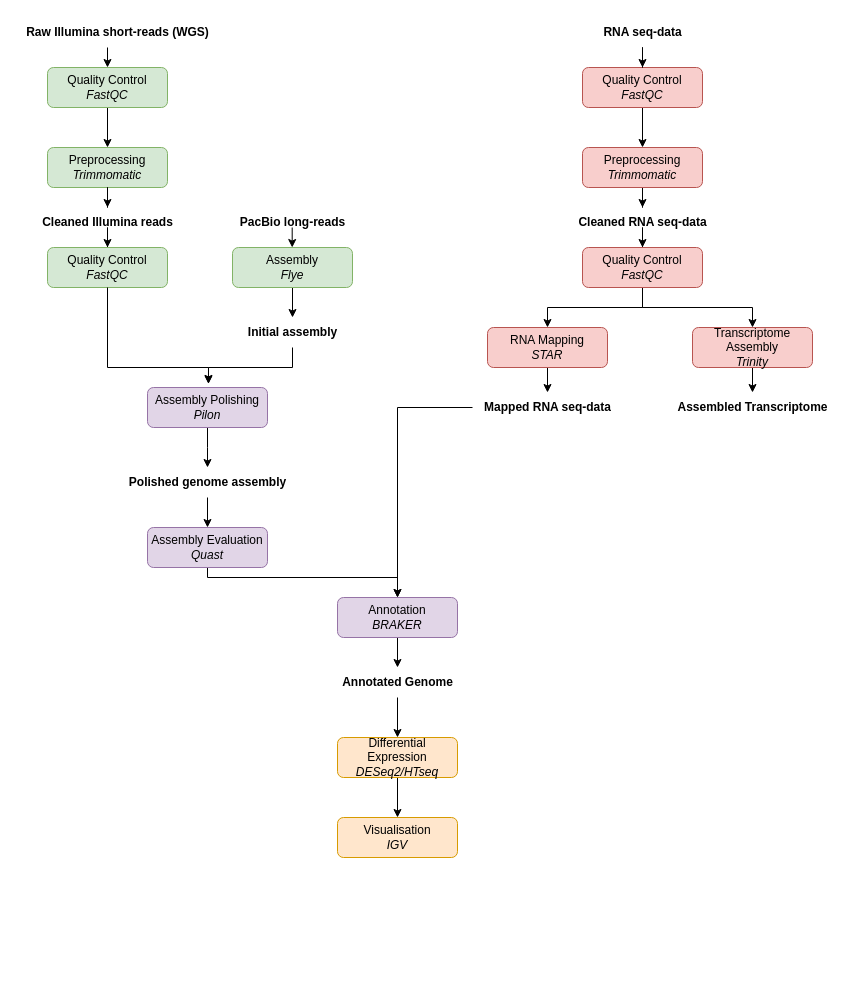
Above: Namnlöst diagram.drawio in ralfcat/Durian_fruit_genomeanalysis (draw.io), before the change. Source tidied: cells renumbered, new cells numbered last; positions are measured from the earlier drawing's top-left corner, leaving out a move shared by most shapes. Both pictures are drawn from the tidied source at 100%, with x=0, y=0 at pixel (17, 17).
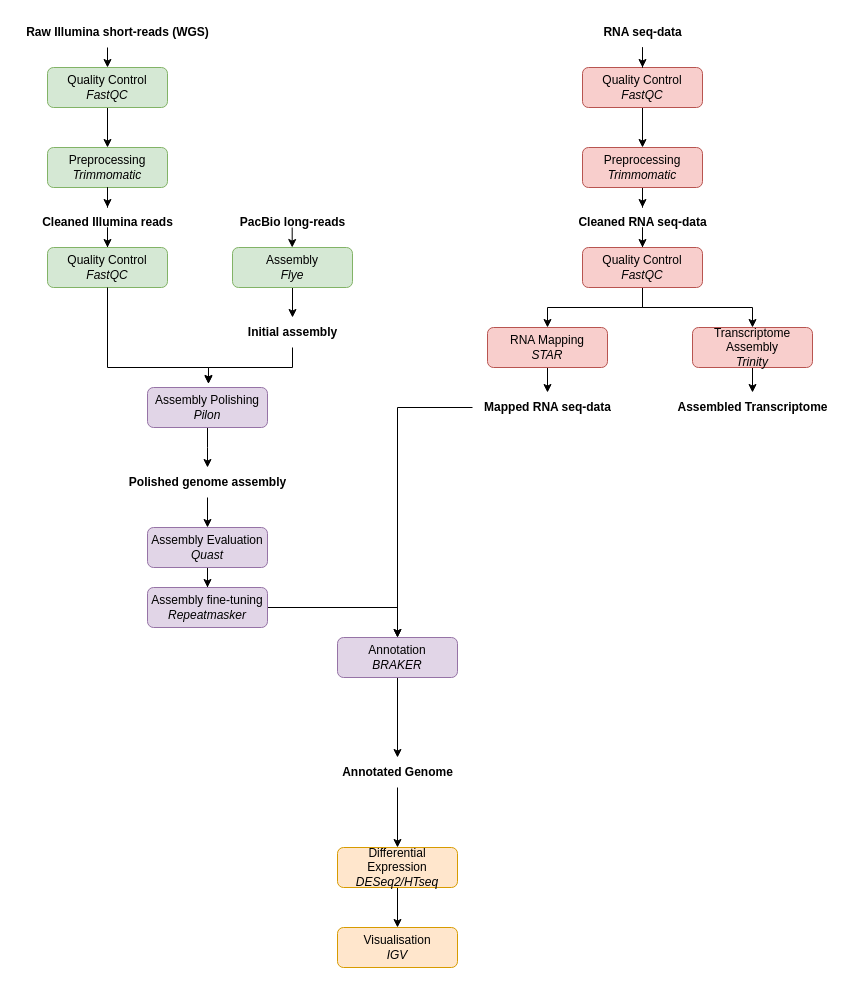
Above is the later version.

Unchanged cells that the change refers to:
```xml
<mxCell id="23" value="&lt;div&gt;Assembly Evaluation&lt;br&gt;&lt;/div&gt;&lt;i&gt;Quast&lt;/i&gt;" style="rounded=1;whiteSpace=wrap;html=1;fontSize=12;glass=0;strokeWidth=1;shadow=0;fillColor=#e1d5e7;strokeColor=#9673a6;" parent="1" vertex="1">
  <mxGeometry x="130" y="510" width="120" height="40" as="geometry" />
</mxCell>
```

Change to the diagram source:
```diff
@@
-    <mxCell id="22" style="edgeStyle=orthogonalEdgeStyle;rounded=0;jettySize=auto;html=1;entryX=0.5;entryY=0;entryDx=0;entryDy=0;" parent="1" edge="1" source="23" target="43">
-      <mxGeometry relative="1" as="geometry">
-        <Array as="points">
-          <mxPoint x="190" y="560" />
-          <mxPoint x="380" y="560" />
-        </Array>
-      </mxGeometry>
-    </mxCell>
+    <mxCell id="49" style="edgeStyle=orthogonalEdgeStyle;rounded=0;jettySize=auto;html=1;" parent="1" edge="1" source="23" target="51">
+      <mxGeometry relative="1" as="geometry" />
+    </mxCell>
@@
     <mxCell id="39" value="&lt;div&gt;Differential Expression&lt;br&gt;&lt;/div&gt;&lt;i&gt;DESeq2/HTseq&lt;/i&gt;" style="rounded=1;whiteSpace=wrap;html=1;fontSize=12;glass=0;strokeWidth=1;shadow=0;fillColor=#ffe6cc;strokeColor=#d79b00;" parent="1" vertex="1">
-      <mxGeometry x="320" y="720" width="120" height="40" as="geometry" />
+      <mxGeometry x="320" y="830" width="120" height="40" as="geometry" />
     </mxCell>
@@
     <mxCell id="43" value="&lt;div&gt;Annotation&lt;br&gt;&lt;/div&gt;&lt;i&gt;BRAKER&lt;/i&gt;" style="rounded=1;whiteSpace=wrap;html=1;fontSize=12;glass=0;strokeWidth=1;shadow=0;fillColor=#e1d5e7;strokeColor=#9673a6;" parent="1" vertex="1">
-      <mxGeometry x="320" y="580" width="120" height="40" as="geometry" />
+      <mxGeometry x="320" y="620" width="120" height="40" as="geometry" />
     </mxCell>
@@
     <mxCell id="47" value="&lt;b&gt;Annotated Genome&lt;/b&gt;" style="text;html=1;align=center;verticalAlign=middle;points=[];strokeColor=none;fillColor=none;" parent="1" vertex="1">
-      <mxGeometry x="315" y="650" width="130" height="30" as="geometry" />
+      <mxGeometry x="315" y="740" width="130" height="30" as="geometry" />
     </mxCell>
     <mxCell id="48" value="&lt;div&gt;Visualisation&lt;/div&gt;&lt;div&gt;&lt;i&gt;IGV&lt;/i&gt;&lt;br&gt;&lt;/div&gt;" style="rounded=1;whiteSpace=wrap;html=1;fontSize=12;glass=0;strokeWidth=1;shadow=0;fillColor=#ffe6cc;strokeColor=#d79b00;" parent="1" vertex="1">
-      <mxGeometry x="320" y="800" width="120" height="40" as="geometry" />
+      <mxGeometry x="320" y="910" width="120" height="40" as="geometry" />
     </mxCell>
+    <mxCell id="50" style="edgeStyle=orthogonalEdgeStyle;rounded=0;jettySize=auto;html=1;entryX=0.5;entryY=0;entryDx=0;entryDy=0;" parent="1" edge="1" source="51" target="43">
+      <mxGeometry relative="1" as="geometry" />
+    </mxCell>
+    <mxCell id="51" value="Assembly fine-tuning&lt;br&gt;&lt;i&gt;Repeatmasker&lt;/i&gt;" style="rounded=1;whiteSpace=wrap;html=1;fontSize=12;glass=0;strokeWidth=1;shadow=0;fillColor=#e1d5e7;strokeColor=#9673a6;" parent="1" vertex="1">
+      <mxGeometry x="130" y="570" width="120" height="40" as="geometry" />
+    </mxCell>
```
